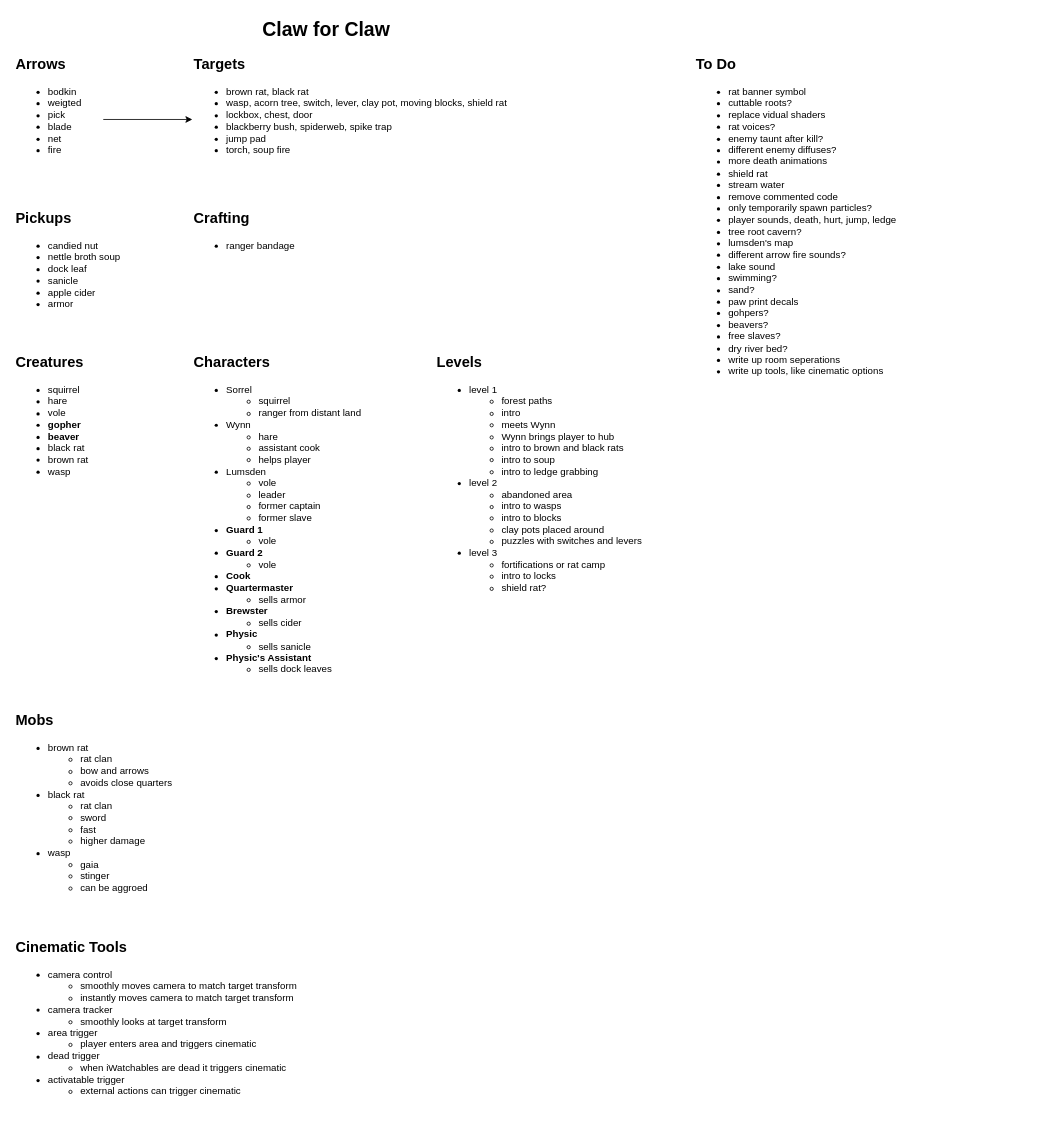
camerondedore/Godot-Project-3 keeps this draw.io diagram as Planning/design-doc.drawio. Above is the earlier version. Source tidied: cells renumbered, new cells numbered last; positions are measured from the earlier drawing's top-left corner, leaving out a move shared by most shapes. Both pictures are drawn from the tidied source at 81%, with x=0, y=0 at pixel (14, 14).
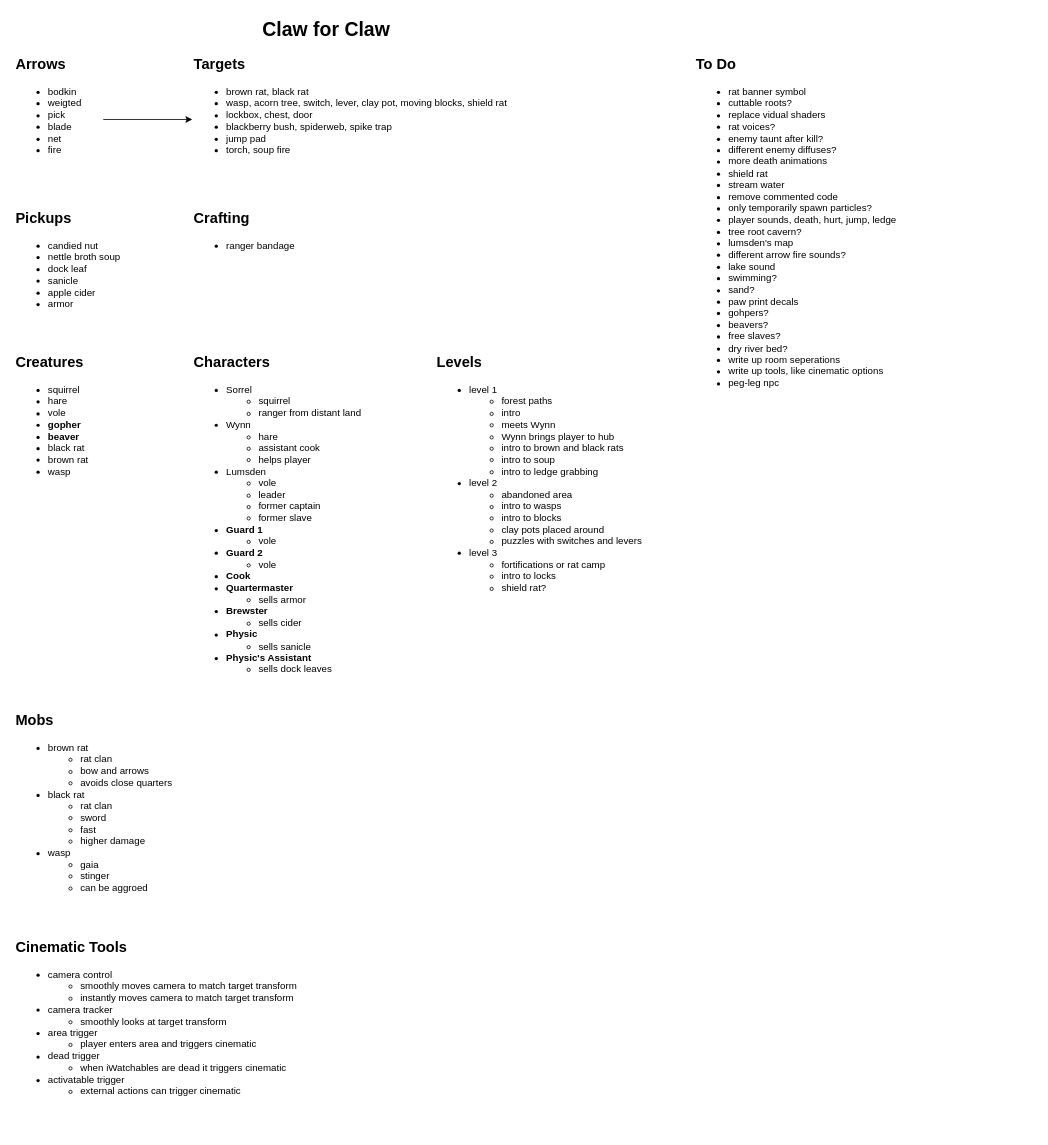
The same page after the edit.

What changed in the source:
```diff
@@
-    <mxCell id="19" value="&lt;ul&gt;&lt;li&gt;rat banner symbol&lt;/li&gt;&lt;li&gt;cuttable roots?&lt;/li&gt;&lt;li&gt;replace vidual shaders&lt;/li&gt;&lt;li&gt;rat voices?&lt;/li&gt;&lt;li&gt;enemy taunt after kill?&lt;/li&gt;&lt;li&gt;different enemy diffuses?&lt;/li&gt;&lt;li&gt;more death animations&lt;/li&gt;&lt;li&gt;shield rat&lt;/li&gt;&lt;li&gt;stream water&lt;/li&gt;&lt;li&gt;remove commented code&lt;/li&gt;&lt;li&gt;only temporarily spawn particles?&lt;/li&gt;&lt;li&gt;player sounds, death, hurt, jump, ledge&lt;/li&gt;&lt;li&gt;tree root cavern?&lt;/li&gt;&lt;li&gt;lumsden's map&lt;/li&gt;&lt;li&gt;different arrow fire sounds?&lt;/li&gt;&lt;li&gt;lake sound&lt;/li&gt;&lt;li&gt;swimming?&lt;/li&gt;&lt;li&gt;sand?&lt;/li&gt;&lt;li&gt;paw print decals&lt;/li&gt;&lt;li&gt;gohpers?&lt;/li&gt;&lt;li&gt;beavers?&lt;/li&gt;&lt;li&gt;free slaves?&lt;/li&gt;&lt;li&gt;dry river bed?&lt;/li&gt;&lt;li&gt;write up room seperations&lt;/li&gt;&lt;li&gt;write up tools, like cinematic options&lt;/li&gt;&lt;/ul&gt;" style="text;html=1;align=left;verticalAlign=top;whiteSpace=wrap;rounded=0;" parent="1" vertex="1">
+    <mxCell id="19" value="&lt;ul&gt;&lt;li&gt;rat banner symbol&lt;/li&gt;&lt;li&gt;cuttable roots?&lt;/li&gt;&lt;li&gt;replace vidual shaders&lt;/li&gt;&lt;li&gt;rat voices?&lt;/li&gt;&lt;li&gt;enemy taunt after kill?&lt;/li&gt;&lt;li&gt;different enemy diffuses?&lt;/li&gt;&lt;li&gt;more death animations&lt;/li&gt;&lt;li&gt;shield rat&lt;/li&gt;&lt;li&gt;stream water&lt;/li&gt;&lt;li&gt;remove commented code&lt;/li&gt;&lt;li&gt;only temporarily spawn particles?&lt;/li&gt;&lt;li&gt;player sounds, death, hurt, jump, ledge&lt;/li&gt;&lt;li&gt;tree root cavern?&lt;/li&gt;&lt;li&gt;lumsden's map&lt;/li&gt;&lt;li&gt;different arrow fire sounds?&lt;/li&gt;&lt;li&gt;lake sound&lt;/li&gt;&lt;li&gt;swimming?&lt;/li&gt;&lt;li&gt;sand?&lt;/li&gt;&lt;li&gt;paw print decals&lt;/li&gt;&lt;li&gt;gohpers?&lt;/li&gt;&lt;li&gt;beavers?&lt;/li&gt;&lt;li&gt;free slaves?&lt;/li&gt;&lt;li&gt;dry river bed?&lt;/li&gt;&lt;li&gt;write up room seperations&lt;/li&gt;&lt;li&gt;write up tools, like cinematic options&lt;/li&gt;&lt;li&gt;peg-leg npc&lt;/li&gt;&lt;/ul&gt;" style="text;html=1;align=left;verticalAlign=top;whiteSpace=wrap;rounded=0;" parent="1" vertex="1">
       <mxGeometry x="840" y="70" width="420" height="440" as="geometry" />
     </mxCell>
```
